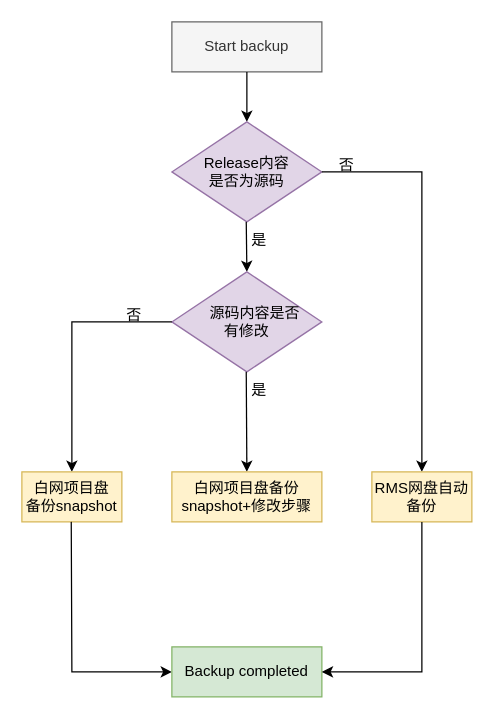
This is 未命名绘图.drawio from RuanZhen139/learngit, a draw.io file, before an edit. Source tidied: cells renumbered, new cells numbered last; positions are measured from the earlier drawing's top-left corner, leaving out a move shared by most shapes. Both pictures are drawn from the tidied source at 125%, with x=0, y=0 at pixel (21, 21).
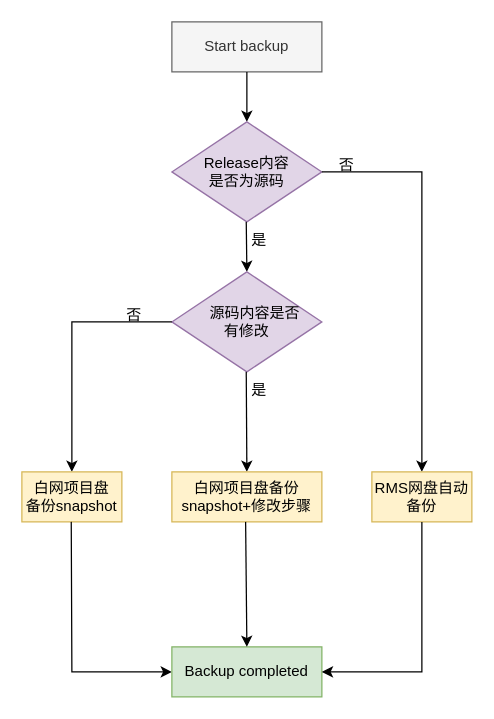
The same page after the edit.

The change refers to these unchanged cells:
```xml
<mxCell id="2" style="group;" parent="1" vertex="1">
  <mxGeometry width="360" height="540" as="geometry" />
</mxCell>
<mxCell id="19" value="Backup completed" style="rounded=0;whiteSpace=wrap;html=1;fillColor=#d5e8d4;strokeColor=#82b366;" parent="2" vertex="1">
  <mxGeometry x="120" y="500" width="120" height="40" as="geometry" />
</mxCell>
```

The edit, as a diff of the source:
```diff
@@
+    <mxCell id="21" style="endArrow=classic;html=1;rounded=0;entryX=0.5;entryY=0;entryDx=0;entryDy=0;" parent="2" edge="1" target="19">
+      <mxGeometry relative="1" as="geometry">
+        <mxPoint x="179" y="400" as="sourcePoint" />
+      </mxGeometry>
+    </mxCell>
```
